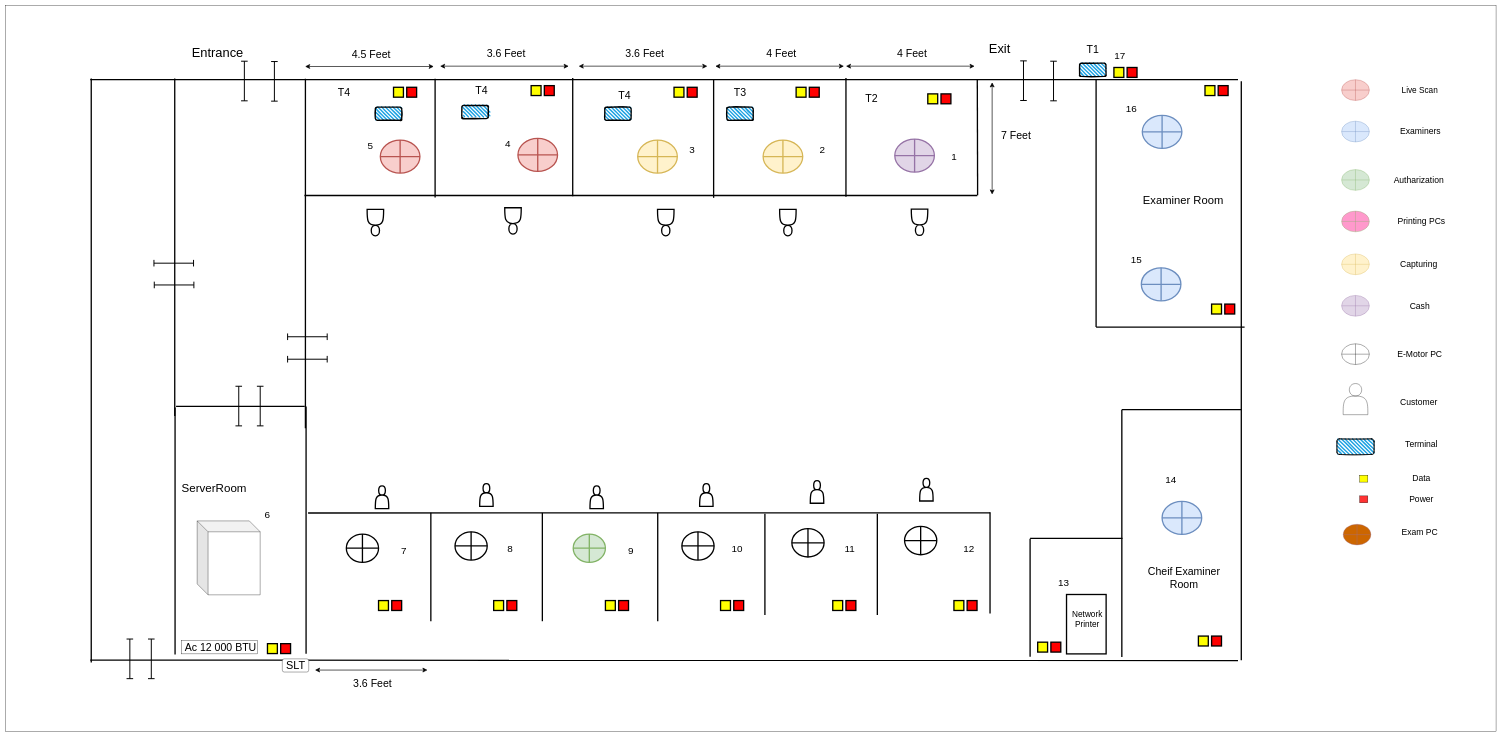
This is badulla.drawio from thushan-harshajeewa/dmt-diagrams, a draw.io file, before an edit. Source tidied: cells renumbered, new cells numbered last; positions are measured from the earlier drawing's top-left corner, leaving out a move shared by most shapes. Both pictures are drawn from the tidied source at 33%, with x=0, y=0 at pixel (6, 6).
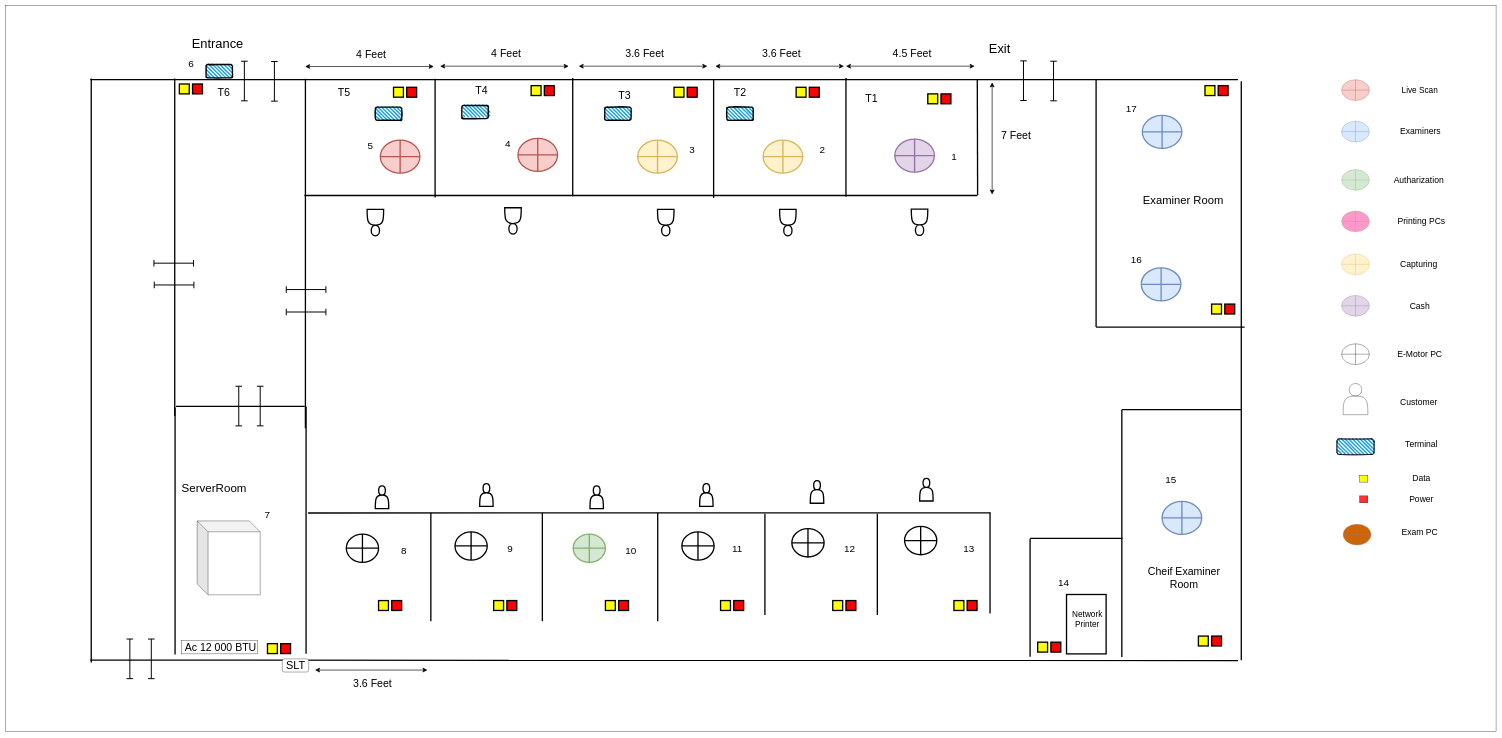
The same page after the edit.

The change refers to these unchanged cells:
```xml
<mxCell id="135" style="group;" parent="1" vertex="1">
  <mxGeometry x="1626" y="1432" width="1357" height="433" as="geometry" />
</mxCell>
```

Change to the diagram source:
```diff
@@
-    <mxCell id="23" value="&lt;font style=&quot;font-size: 32px;&quot;&gt;T3&lt;/font&gt;" style="text;html=1;align=center;verticalAlign=middle;whiteSpace=wrap;rounded=0;strokeWidth=4;" parent="1" vertex="1">
+    <mxCell id="23" value="&lt;font style=&quot;font-size: 32px;&quot;&gt;T2&lt;/font&gt;" style="text;html=1;align=center;verticalAlign=middle;whiteSpace=wrap;rounded=0;strokeWidth=4;" parent="1" vertex="1">
       <mxGeometry x="2195" y="247" width="60" height="30" as="geometry" />
     </mxCell>
-    <mxCell id="24" value="&lt;font style=&quot;font-size: 32px;&quot;&gt;T4&lt;/font&gt;" style="text;html=1;align=center;verticalAlign=middle;whiteSpace=wrap;rounded=0;strokeWidth=4;" parent="1" vertex="1">
+    <mxCell id="24" value="&lt;font style=&quot;font-size: 32px;&quot;&gt;T3&lt;/font&gt;" style="text;html=1;align=center;verticalAlign=middle;whiteSpace=wrap;rounded=0;strokeWidth=4;" parent="1" vertex="1">
       <mxGeometry x="1845" y="257" width="60" height="30" as="geometry" />
     </mxCell>
-    <mxCell id="25" value="&lt;font style=&quot;font-size: 32px;&quot;&gt;T4&lt;/font&gt;" style="text;html=1;align=center;verticalAlign=middle;whiteSpace=wrap;rounded=0;strokeWidth=4;" parent="1" vertex="1">
+    <mxCell id="25" value="&lt;font style=&quot;font-size: 32px;&quot;&gt;T5&lt;/font&gt;" style="text;html=1;align=center;verticalAlign=middle;whiteSpace=wrap;rounded=0;strokeWidth=4;" parent="1" vertex="1">
       <mxGeometry x="995" y="247" width="60" height="30" as="geometry" />
     </mxCell>
@@
-    <mxCell id="42" value="&lt;font style=&quot;font-size: 32px;&quot;&gt;T2&lt;/font&gt;" style="text;html=1;align=center;verticalAlign=middle;whiteSpace=wrap;rounded=0;strokeWidth=4;" parent="1" vertex="1">
+    <mxCell id="42" value="&lt;font style=&quot;font-size: 32px;&quot;&gt;T1&lt;/font&gt;" style="text;html=1;align=center;verticalAlign=middle;whiteSpace=wrap;rounded=0;strokeWidth=4;" parent="1" vertex="1">
       <mxGeometry x="2594" y="267" width="60" height="30" as="geometry" />
     </mxCell>
@@
     <mxCell id="74" style="rounded=1;whiteSpace=wrap;html=1;strokeWidth=4;fillWeight=4;hachureGap=8;hachureAngle=45;fillColor=#1ba1e2;sketch=1;" parent="1" vertex="1">
-      <mxGeometry x="3254" y="174" width="80" height="40" as="geometry" />
+      <mxGeometry x="607" y="178" width="80" height="40" as="geometry" />
     </mxCell>
@@
     <mxCell id="83" value="&lt;font style=&quot;font-size: 39px;&quot;&gt;Entrance&lt;/font&gt;" style="text;html=1;align=center;verticalAlign=middle;whiteSpace=wrap;rounded=0;strokeWidth=4;" parent="1" vertex="1">
-      <mxGeometry x="612" y="127" width="60" height="30" as="geometry" />
+      <mxGeometry x="612" y="100" width="60" height="30" as="geometry" />
     </mxCell>
@@
-    <mxCell id="110" value="&lt;font style=&quot;font-size: 32px;&quot;&gt;T1&lt;/font&gt;" style="text;html=1;align=center;verticalAlign=middle;whiteSpace=wrap;rounded=0;strokeWidth=4;" parent="1" vertex="1">
-      <mxGeometry x="3264" y="117" width="60" height="30" as="geometry" />
+    <mxCell id="110" value="&lt;font style=&quot;font-size: 32px;&quot;&gt;T6&lt;/font&gt;" style="text;html=1;align=center;verticalAlign=middle;whiteSpace=wrap;rounded=0;strokeWidth=4;" parent="1" vertex="1">
+      <mxGeometry x="631" y="247" width="60" height="30" as="geometry" />
     </mxCell>
-    <mxCell id="111" value="&lt;font style=&quot;font-size: 30px;&quot;&gt;6&lt;/font&gt;" style="text;html=1;align=center;verticalAlign=middle;whiteSpace=wrap;rounded=0;strokeWidth=4;" parent="1" vertex="1">
+    <mxCell id="111" value="&lt;font style=&quot;font-size: 30px;&quot;&gt;7&lt;/font&gt;" style="text;html=1;align=center;verticalAlign=middle;whiteSpace=wrap;rounded=0;strokeWidth=4;" parent="1" vertex="1">
       <mxGeometry x="763" y="1527" width="60" height="30" as="geometry" />
     </mxCell>
-    <mxCell id="112" value="&lt;font style=&quot;font-size: 30px;&quot;&gt;13&lt;/font&gt;" style="text;html=1;align=center;verticalAlign=middle;whiteSpace=wrap;rounded=0;strokeWidth=4;" parent="1" vertex="1">
+    <mxCell id="112" value="&lt;font style=&quot;font-size: 30px;&quot;&gt;14&lt;/font&gt;" style="text;html=1;align=center;verticalAlign=middle;whiteSpace=wrap;rounded=0;strokeWidth=4;" parent="1" vertex="1">
       <mxGeometry x="3176" y="1733" width="60" height="30" as="geometry" />
     </mxCell>
-    <mxCell id="113" value="&lt;font style=&quot;font-size: 30px;&quot;&gt;14&lt;/font&gt;" style="text;html=1;align=center;verticalAlign=middle;whiteSpace=wrap;rounded=0;strokeWidth=4;" parent="1" vertex="1">
+    <mxCell id="113" value="&lt;font style=&quot;font-size: 30px;&quot;&gt;15&lt;/font&gt;" style="text;html=1;align=center;verticalAlign=middle;whiteSpace=wrap;rounded=0;strokeWidth=4;" parent="1" vertex="1">
       <mxGeometry x="3501" y="1421" width="60" height="30" as="geometry" />
     </mxCell>
-    <mxCell id="114" value="&lt;font style=&quot;font-size: 30px;&quot;&gt;15&lt;/font&gt;" style="text;html=1;align=center;verticalAlign=middle;whiteSpace=wrap;rounded=0;strokeWidth=4;" parent="1" vertex="1">
+    <mxCell id="114" value="&lt;font style=&quot;font-size: 30px;&quot;&gt;16&lt;/font&gt;" style="text;html=1;align=center;verticalAlign=middle;whiteSpace=wrap;rounded=0;strokeWidth=4;" parent="1" vertex="1">
       <mxGeometry x="3396" y="753" width="60" height="30" as="geometry" />
     </mxCell>
-    <mxCell id="115" value="&lt;font style=&quot;font-size: 30px;&quot;&gt;16&lt;/font&gt;" style="text;html=1;align=center;verticalAlign=middle;whiteSpace=wrap;rounded=0;strokeWidth=4;" parent="1" vertex="1">
+    <mxCell id="115" value="&lt;font style=&quot;font-size: 30px;&quot;&gt;17&lt;/font&gt;" style="text;html=1;align=center;verticalAlign=middle;whiteSpace=wrap;rounded=0;strokeWidth=4;" parent="1" vertex="1">
       <mxGeometry x="3381" y="297" width="60" height="30" as="geometry" />
     </mxCell>
-    <mxCell id="116" value="&lt;font style=&quot;font-size: 30px;&quot;&gt;17&lt;/font&gt;" style="text;html=1;align=center;verticalAlign=middle;whiteSpace=wrap;rounded=0;strokeWidth=4;" parent="1" vertex="1">
-      <mxGeometry x="3346" y="137" width="60" height="30" as="geometry" />
-    </mxCell>
     <mxCell id="117" style="shape=crossbar;whiteSpace=wrap;html=1;rounded=1;strokeWidth=3;" parent="1" vertex="1">
-      <mxGeometry x="854" y="1061" width="120" height="20" as="geometry" />
+      <mxGeometry x="850" y="918" width="120" height="20" as="geometry" />
     </mxCell>
     <mxCell id="118" style="shape=crossbar;whiteSpace=wrap;html=1;rounded=1;strokeWidth=3;" parent="1" vertex="1">
-      <mxGeometry x="854" y="993" width="120" height="20" as="geometry" />
+      <mxGeometry x="850" y="850" width="120" height="20" as="geometry" />
     </mxCell>
@@
-    <mxCell id="120" value="&lt;font style=&quot;font-size: 32px;&quot;&gt;4 Feet&lt;/font&gt;" style="text;html=1;align=center;verticalAlign=middle;whiteSpace=wrap;rounded=0;strokeWidth=4;" parent="1" vertex="1">
+    <mxCell id="120" value="&lt;font style=&quot;font-size: 32px;&quot;&gt;3.6 Feet&lt;/font&gt;" style="text;html=1;align=center;verticalAlign=middle;whiteSpace=wrap;rounded=0;strokeWidth=4;" parent="1" vertex="1">
       <mxGeometry x="2285" y="131" width="131" height="30" as="geometry" />
     </mxCell>
-    <mxCell id="121" value="&lt;font style=&quot;font-size: 32px;&quot;&gt;4 Feet&lt;/font&gt;" style="text;html=1;align=center;verticalAlign=middle;whiteSpace=wrap;rounded=0;strokeWidth=4;" parent="1" vertex="1">
+    <mxCell id="121" value="&lt;font style=&quot;font-size: 32px;&quot;&gt;4.5 Feet&lt;/font&gt;" style="text;html=1;align=center;verticalAlign=middle;whiteSpace=wrap;rounded=0;strokeWidth=4;" parent="1" vertex="1">
       <mxGeometry x="2681" y="131" width="131" height="30" as="geometry" />
     </mxCell>
@@
-    <mxCell id="125" value="&lt;font style=&quot;font-size: 32px;&quot;&gt;3.6 Feet&lt;/font&gt;" style="text;html=1;align=center;verticalAlign=middle;whiteSpace=wrap;rounded=0;strokeWidth=4;" parent="1" vertex="1">
+    <mxCell id="125" value="&lt;font style=&quot;font-size: 32px;&quot;&gt;4 Feet&lt;/font&gt;" style="text;html=1;align=center;verticalAlign=middle;whiteSpace=wrap;rounded=0;strokeWidth=4;" parent="1" vertex="1">
       <mxGeometry x="1451" y="131" width="131" height="30" as="geometry" />
     </mxCell>
@@
-    <mxCell id="127" value="&lt;font style=&quot;font-size: 32px;&quot;&gt;4.5 Feet&lt;/font&gt;" style="text;html=1;align=center;verticalAlign=middle;whiteSpace=wrap;rounded=0;strokeWidth=4;" parent="1" vertex="1">
+    <mxCell id="127" value="&lt;font style=&quot;font-size: 32px;&quot;&gt;4 Feet&lt;/font&gt;" style="text;html=1;align=center;verticalAlign=middle;whiteSpace=wrap;rounded=0;strokeWidth=4;" parent="1" vertex="1">
       <mxGeometry x="1042" y="132" width="131" height="30" as="geometry" />
     </mxCell>
@@
     <mxCell id="133" style="rounded=0;whiteSpace=wrap;html=1;fillColor=#FFFF00;strokeWidth=4;" parent="1" vertex="1">
-      <mxGeometry x="3358" y="187" width="30" height="30" as="geometry" />
+      <mxGeometry x="526" y="237" width="30" height="30" as="geometry" />
     </mxCell>
     <mxCell id="134" style="rounded=0;whiteSpace=wrap;html=1;fillColor=#FF0000;strokeWidth=4;" parent="1" vertex="1">
-      <mxGeometry x="3398" y="187" width="30" height="30" as="geometry" />
+      <mxGeometry x="566" y="237" width="30" height="30" as="geometry" />
     </mxCell>
@@
-    <mxCell id="149" value="&lt;font style=&quot;font-size: 30px;&quot;&gt;9&lt;/font&gt;" style="text;html=1;align=center;verticalAlign=middle;whiteSpace=wrap;rounded=0;strokeWidth=4;" parent="135" vertex="1">
+    <mxCell id="149" value="&lt;font style=&quot;font-size: 30px;&quot;&gt;10&lt;/font&gt;" style="text;html=1;align=center;verticalAlign=middle;whiteSpace=wrap;rounded=0;strokeWidth=4;" parent="135" vertex="1">
       <mxGeometry x="243.9" y="205.8" width="48.8" height="25.7" as="geometry" />
     </mxCell>
-    <mxCell id="150" value="&lt;font style=&quot;font-size: 30px;&quot;&gt;10&lt;/font&gt;" style="text;html=1;align=center;verticalAlign=middle;whiteSpace=wrap;rounded=0;strokeWidth=4;" parent="135" vertex="1">
+    <mxCell id="150" value="&lt;font style=&quot;font-size: 30px;&quot;&gt;11&lt;/font&gt;" style="text;html=1;align=center;verticalAlign=middle;whiteSpace=wrap;rounded=0;strokeWidth=4;" parent="135" vertex="1">
       <mxGeometry x="565.9" y="198.9" width="48.8" height="25.7" as="geometry" />
     </mxCell>
-    <mxCell id="151" value="&lt;font style=&quot;font-size: 30px;&quot;&gt;11&lt;/font&gt;" style="text;html=1;align=center;verticalAlign=middle;whiteSpace=wrap;rounded=0;strokeWidth=4;" parent="135" vertex="1">
+    <mxCell id="151" value="&lt;font style=&quot;font-size: 30px;&quot;&gt;12&lt;/font&gt;" style="text;html=1;align=center;verticalAlign=middle;whiteSpace=wrap;rounded=0;strokeWidth=4;" parent="135" vertex="1">
       <mxGeometry x="906.6" y="198.9" width="48.8" height="25.7" as="geometry" />
     </mxCell>
-    <mxCell id="152" value="&lt;font style=&quot;font-size: 30px;&quot;&gt;12&lt;/font&gt;" style="text;html=1;align=center;verticalAlign=middle;whiteSpace=wrap;rounded=0;strokeWidth=4;" parent="135" vertex="1">
+    <mxCell id="152" value="&lt;font style=&quot;font-size: 30px;&quot;&gt;13&lt;/font&gt;" style="text;html=1;align=center;verticalAlign=middle;whiteSpace=wrap;rounded=0;strokeWidth=4;" parent="135" vertex="1">
       <mxGeometry x="1268.4" y="198.9" width="48.8" height="25.7" as="geometry" />
     </mxCell>
@@
-    <mxCell id="168" value="&lt;font style=&quot;font-size: 30px;&quot;&gt;7&lt;/font&gt;" style="text;html=1;align=center;verticalAlign=middle;whiteSpace=wrap;rounded=0;strokeWidth=4;" parent="1" vertex="1">
+    <mxCell id="168" value="&lt;font style=&quot;font-size: 30px;&quot;&gt;8&lt;/font&gt;" style="text;html=1;align=center;verticalAlign=middle;whiteSpace=wrap;rounded=0;strokeWidth=4;" parent="1" vertex="1">
       <mxGeometry x="1182.4" y="1637.8" width="48.8" height="25.7" as="geometry" />
     </mxCell>
-    <mxCell id="169" value="&lt;font style=&quot;font-size: 30px;&quot;&gt;8&lt;/font&gt;" style="text;html=1;align=center;verticalAlign=middle;whiteSpace=wrap;rounded=0;strokeWidth=4;" parent="1" vertex="1">
+    <mxCell id="169" value="&lt;font style=&quot;font-size: 30px;&quot;&gt;9&lt;/font&gt;" style="text;html=1;align=center;verticalAlign=middle;whiteSpace=wrap;rounded=0;strokeWidth=4;" parent="1" vertex="1">
       <mxGeometry x="1504.4" y="1630.9" width="48.8" height="25.7" as="geometry" />
     </mxCell>
@@
+    <mxCell id="183" value="&lt;font style=&quot;font-size: 30px;&quot;&gt;6&lt;/font&gt;" style="text;html=1;align=center;verticalAlign=middle;whiteSpace=wrap;rounded=0;strokeWidth=4;" parent="1" vertex="1">
+      <mxGeometry x="532" y="161" width="60" height="30" as="geometry" />
+    </mxCell>
```
